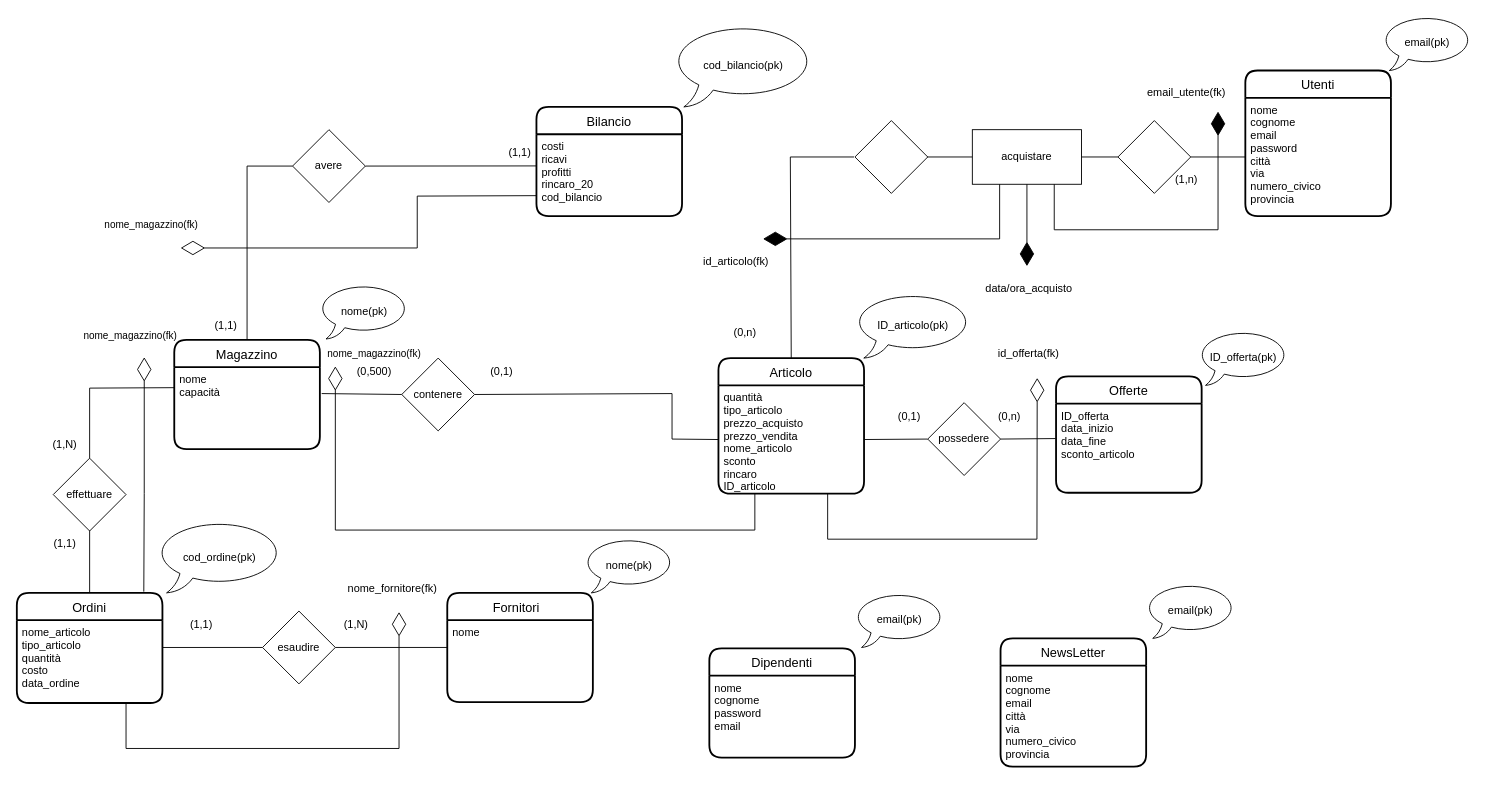
Bugigio/Negozi-Sportivi keeps this draw.io diagram as AccessPort.drawio. Above is the earlier version. Source tidied: cells renumbered, new cells numbered last; positions are measured from the earlier drawing's top-left corner, leaving out a move shared by most shapes. Both pictures are drawn from the tidied source at 91%, with x=0, y=0 at pixel (16, 15).
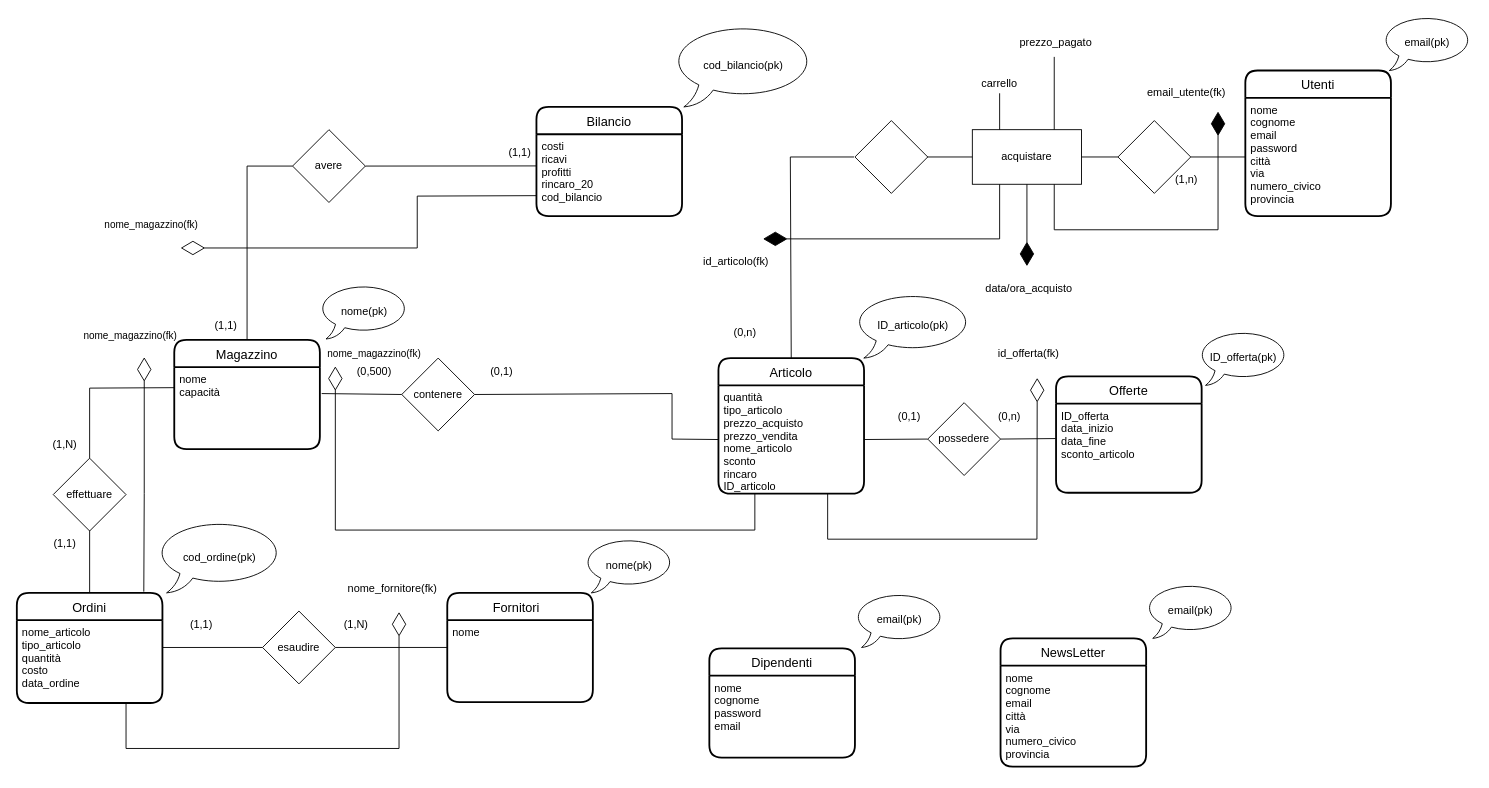
The same diagram, later.

Unchanged cells that the change refers to:
```xml
<mxCell id="54" value="acquistare" style="rounded=0;whiteSpace=wrap;html=1;" parent="1" vertex="1">
  <mxGeometry x="1050" y="125" width="120" height="60" as="geometry" />
</mxCell>
```

What changed in the source:
```diff
@@
+    <mxCell id="79" style="endArrow=none;html=1;entryX=0.25;entryY=0;entryDx=0;entryDy=0;" parent="1" edge="1" target="54">
+      <mxGeometry relative="1" as="geometry">
+        <mxPoint x="1080" y="85" as="sourcePoint" />
+      </mxGeometry>
+    </mxCell>
+    <mxCell id="80" value="carrello" style="text;html=1;strokeColor=none;fillColor=none;align=center;verticalAlign=middle;whiteSpace=wrap;rounded=0;" parent="1" vertex="1">
+      <mxGeometry x="1050" y="60" width="60" height="30" as="geometry" />
+    </mxCell>
+    <mxCell id="81" style="endArrow=none;html=1;exitX=0.75;exitY=0;exitDx=0;exitDy=0;" parent="1" edge="1" source="54">
+      <mxGeometry relative="1" as="geometry">
+        <mxPoint x="1140" y="45" as="targetPoint" />
+      </mxGeometry>
+    </mxCell>
+    <mxCell id="82" value="prezzo_pagato" style="text;html=1;strokeColor=none;fillColor=none;align=center;verticalAlign=middle;whiteSpace=wrap;rounded=0;" parent="1" vertex="1">
+      <mxGeometry x="1112" y="15" width="60" height="30" as="geometry" />
+    </mxCell>
```
